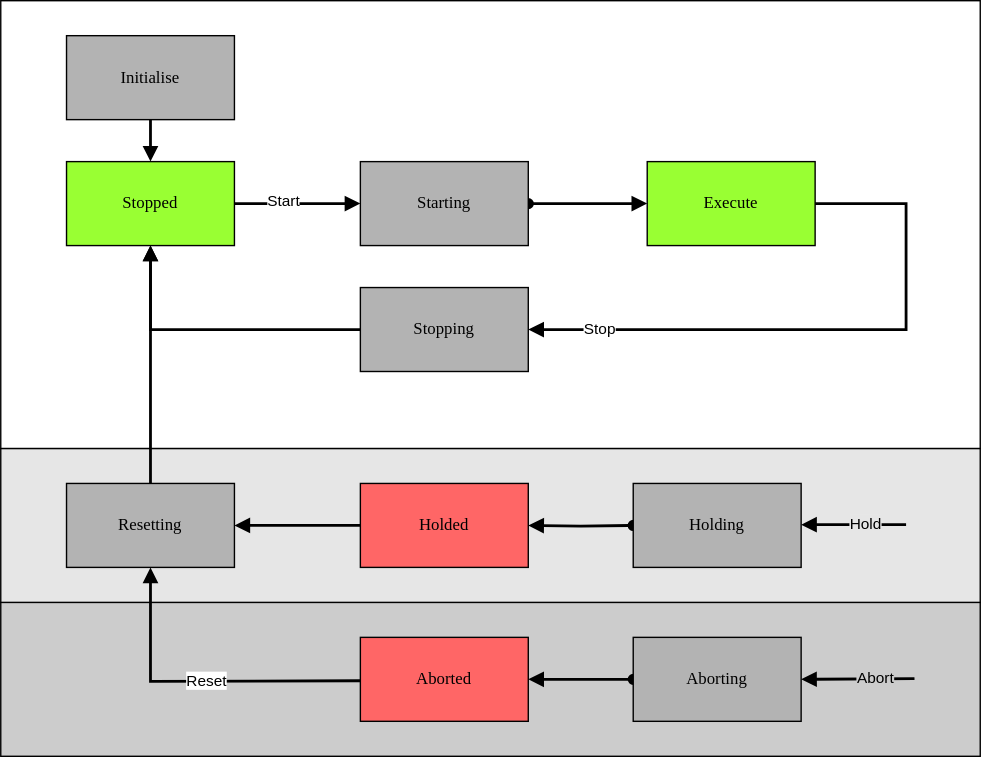
The draw.io diagram docs/StateMachine.drawio.svg in PeterZerlauth/Tc3_Component, before a commit. Source tidied: cells renumbered, new cells last; positions are measured from the earlier drawing's top-left corner, leaving out a move shared by most shapes.
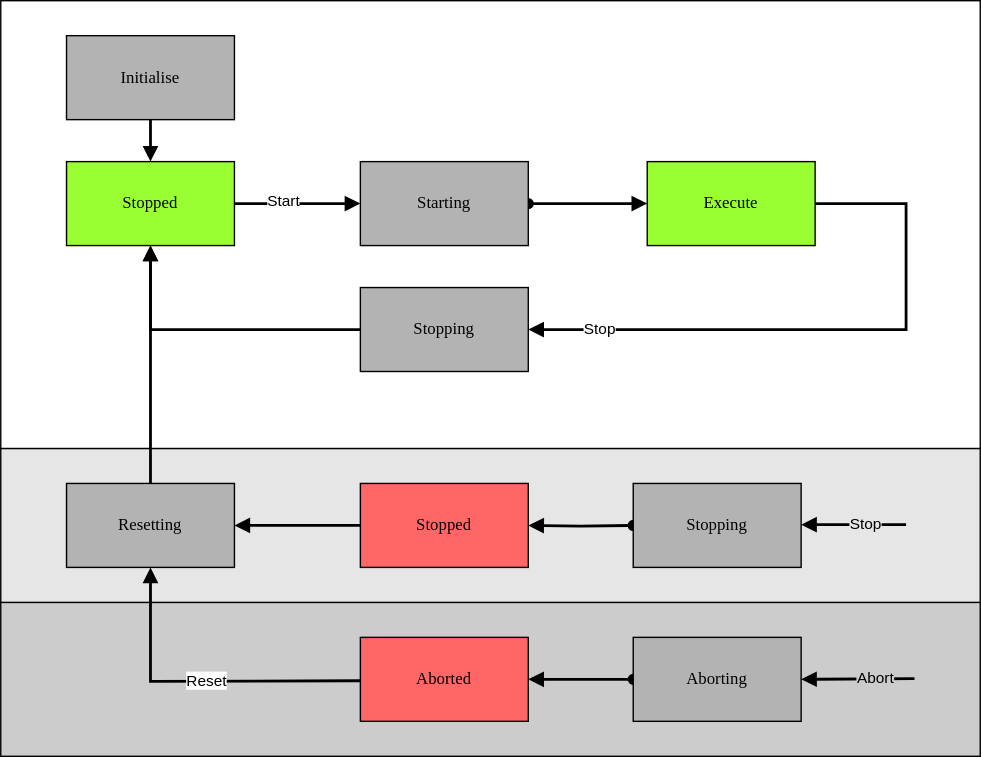
The same diagram one commit later.

What changed in the source:
```diff
@@ -26,7 +26,7 @@
     <mxCell id="9" value="Start" style="edgeLabel;html=1;align=center;verticalAlign=middle;fontFamily=Helvetica;fontSize=11;fontColor=default;labelBackgroundColor=#FFFFFF;" parent="8" vertex="1">
       <mxGeometry x="-0.25" y="3" relative="1" as="geometry" />
     </mxCell>
-    <mxCell id="10" value="Holded" style="rounded=0;whiteSpace=wrap;html=1;arcSize=24;fillColor=#FF6666;strokeColor=#000000;shadow=0;comic=0;labelBackgroundColor=none;fontFamily=Verdana;fontSize=12;fontColor=#000000;align=center;" parent="6" vertex="1">
+    <mxCell id="10" value="Stopped" style="rounded=0;whiteSpace=wrap;html=1;arcSize=24;fillColor=#FF6666;strokeColor=#000000;shadow=0;comic=0;labelBackgroundColor=none;fontFamily=Verdana;fontSize=12;fontColor=#000000;align=center;" parent="6" vertex="1">
       <mxGeometry x="210" y="320" width="120" height="60" as="geometry" />
     </mxCell>
     <mxCell id="11" value="Aborted" style="rounded=0;whiteSpace=wrap;html=1;arcSize=24;fillColor=#FF6666;strokeColor=#000000;shadow=0;comic=0;labelBackgroundColor=none;fontFamily=Verdana;fontSize=12;fontColor=#000000;align=center;" parent="6" vertex="1">
@@ -46,7 +46,7 @@
     <mxCell id="15" value="Starting" style="rounded=0;whiteSpace=wrap;html=1;arcSize=24;fillColor=#B3B3B3;strokeColor=#000000;shadow=0;comic=0;labelBackgroundColor=none;fontFamily=Verdana;fontSize=12;fontColor=#000000;align=center;" parent="6" vertex="1">
       <mxGeometry x="210" y="90" width="120" height="60" as="geometry" />
     </mxCell>
-    <mxCell id="16" value="Holding" style="rounded=0;whiteSpace=wrap;html=1;arcSize=24;fillColor=#B3B3B3;strokeColor=#000000;shadow=0;comic=0;labelBackgroundColor=none;fontFamily=Verdana;fontSize=12;fontColor=#000000;align=center;" parent="6" vertex="1">
+    <mxCell id="16" value="Stopping" style="rounded=0;whiteSpace=wrap;html=1;arcSize=24;fillColor=#B3B3B3;strokeColor=#000000;shadow=0;comic=0;labelBackgroundColor=none;fontFamily=Verdana;fontSize=12;fontColor=#000000;align=center;" parent="6" vertex="1">
       <mxGeometry x="405" y="320" width="120" height="60" as="geometry" />
     </mxCell>
     <mxCell id="17" value="Aborting" style="rounded=0;whiteSpace=wrap;html=1;arcSize=24;fillColor=#B3B3B3;strokeColor=#000000;shadow=0;comic=0;labelBackgroundColor=none;fontFamily=Verdana;fontSize=12;fontColor=#000000;align=center;" parent="6" vertex="1">
@@ -58,7 +58,7 @@
         <mxPoint x="525" y="349.5" as="targetPoint" />
       </mxGeometry>
     </mxCell>
-    <mxCell id="19" value="Hold" style="edgeLabel;html=1;align=center;verticalAlign=middle;fontFamily=Helvetica;fontSize=11;fontColor=default;labelBackgroundColor=#E6E6E6;" parent="18" vertex="1">
+    <mxCell id="19" value="Stop" style="edgeLabel;html=1;align=center;verticalAlign=middle;fontFamily=Helvetica;fontSize=11;fontColor=default;labelBackgroundColor=#E6E6E6;" parent="18" vertex="1">
       <mxGeometry x="-0.2" y="3" relative="1" as="geometry">
         <mxPoint y="-4" as="offset" />
       </mxGeometry>
```
